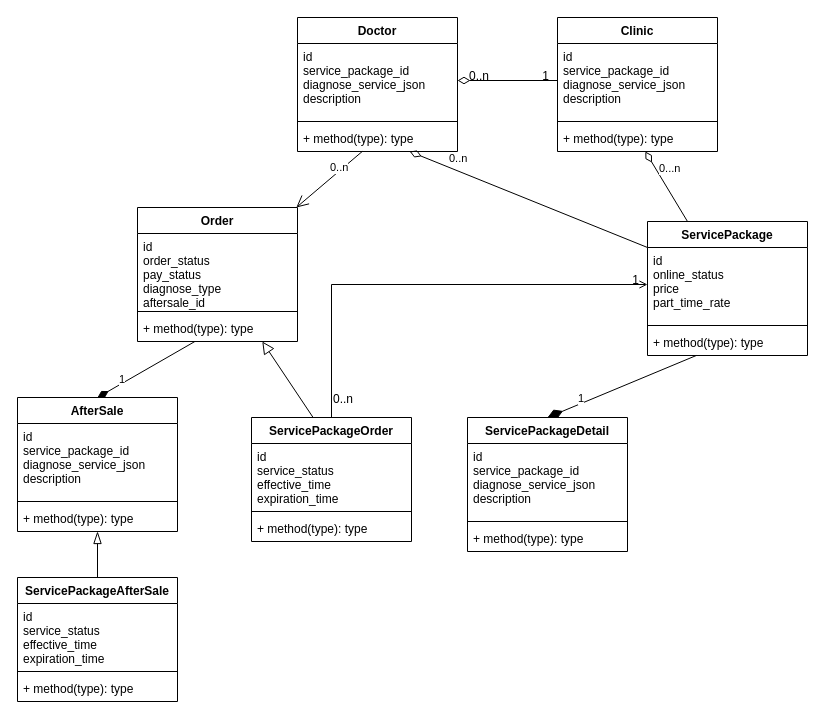
ly931003/diagrams keeps this draw.io diagram as service_package/Untitled Diagram.drawio. Above is the earlier version. Source tidied: cells renumbered, new cells numbered last; positions are measured from the earlier drawing's top-left corner, leaving out a move shared by most shapes. Both pictures are drawn from the tidied source at 100%, with x=0, y=0 at pixel (17, 17).
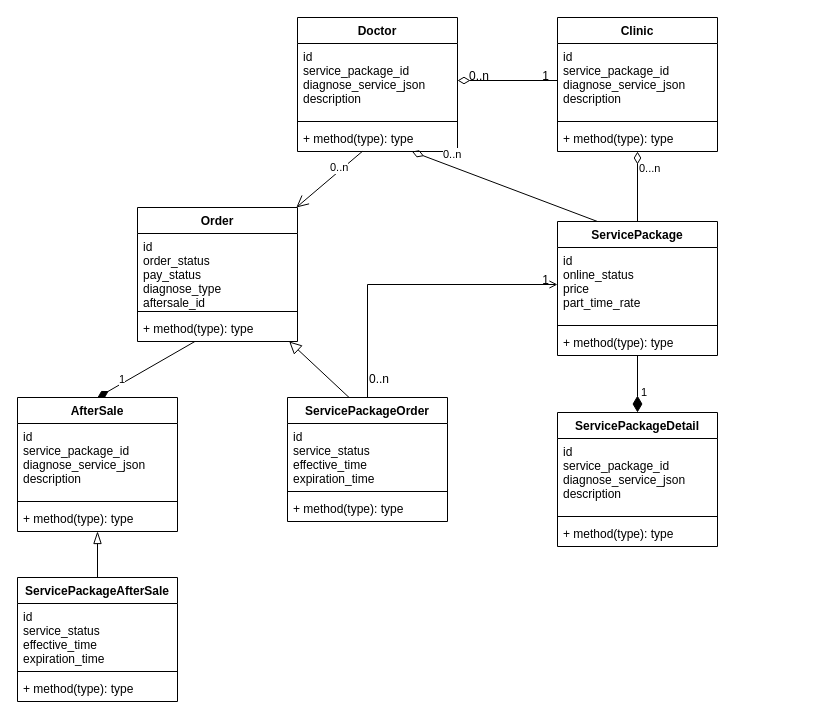
The same page after the edit.

Unchanged cells that the change refers to:
```xml
<mxCell id="19" value="+ method(type): type" style="text;strokeColor=none;fillColor=none;align=left;verticalAlign=top;spacingLeft=4;spacingRight=4;overflow=hidden;points=[[0,0.5],[1,0.5]];portConstraint=eastwest;" parent="16" vertex="1">
  <mxGeometry y="108" width="160" height="26" as="geometry" />
</mxCell>
<mxCell id="24" value="+ method(type): type" style="text;strokeColor=none;fillColor=none;align=left;verticalAlign=top;spacingLeft=4;spacingRight=4;overflow=hidden;points=[[0,0.5],[1,0.5]];portConstraint=eastwest;" parent="21" vertex="1">
  <mxGeometry y="108" width="160" height="26" as="geometry" />
</mxCell>
```

What changed in the source:
```diff
@@
     <mxCell id="7" value="ServicePackage" style="swimlane;fontStyle=1;align=center;verticalAlign=top;horizontal=1;startSize=26;" parent="1" vertex="1">
-      <mxGeometry x="630" y="204" width="160" height="134" as="geometry" />
+      <mxGeometry x="540" y="204" width="160" height="134" as="geometry" />
     </mxCell>
@@
     <mxCell id="12" value="ServicePackageDetail" style="swimlane;fontStyle=1;align=center;verticalAlign=top;horizontal=1;startSize=26;" parent="1" vertex="1">
-      <mxGeometry x="450" y="400" width="160" height="134" as="geometry" />
+      <mxGeometry x="540" y="395" width="160" height="134" as="geometry" />
     </mxCell>
@@
-    <mxCell id="20" value="0..n" style="endArrow=none;html=1;endSize=10;startArrow=diamondThin;startSize=10;startFill=0;align=left;verticalAlign=bottom;rounded=0;endFill=0;" parent="1" edge="1" source="19">
-      <mxGeometry x="-0.68" y="-1" relative="1" as="geometry">
-        <mxPoint x="630" y="230" as="targetPoint" />
-      </mxGeometry>
+    <mxCell id="20" value="0..n" style="endArrow=none;html=1;endSize=10;startArrow=diamondThin;startSize=10;startFill=0;align=left;verticalAlign=bottom;rounded=0;endFill=0;entryX=0.25;entryY=0;entryDx=0;entryDy=0;" parent="1" edge="1" source="19" target="7">
+      <mxGeometry x="-0.68" y="-1" relative="1" as="geometry" />
     </mxCell>
@@
-    <mxCell id="25" value="0...n" style="endArrow=none;html=1;endSize=10;startArrow=diamondThin;startSize=10;startFill=0;align=left;verticalAlign=bottom;rounded=0;endFill=0;entryX=0.25;entryY=0;entryDx=0;entryDy=0;" parent="1" edge="1" source="24" target="7">
-      <mxGeometry x="-0.3" y="-3" relative="1" as="geometry" />
+    <mxCell id="25" value="0...n" style="endArrow=none;html=1;endSize=10;startArrow=diamondThin;startSize=10;startFill=0;align=left;verticalAlign=bottom;rounded=0;endFill=0;entryX=0.5;entryY=0;entryDx=0;entryDy=0;" parent="1" edge="1" source="24" target="7">
+      <mxGeometry x="-0.26" relative="1" as="geometry" />
     </mxCell>
@@
     <mxCell id="34" value="ServicePackageOrder" style="swimlane;fontStyle=1;align=center;verticalAlign=top;horizontal=1;startSize=26;" parent="1" vertex="1">
-      <mxGeometry x="234" y="400" width="160" height="124" as="geometry" />
+      <mxGeometry x="270" y="380" width="160" height="124" as="geometry" />
     </mxCell>
```
